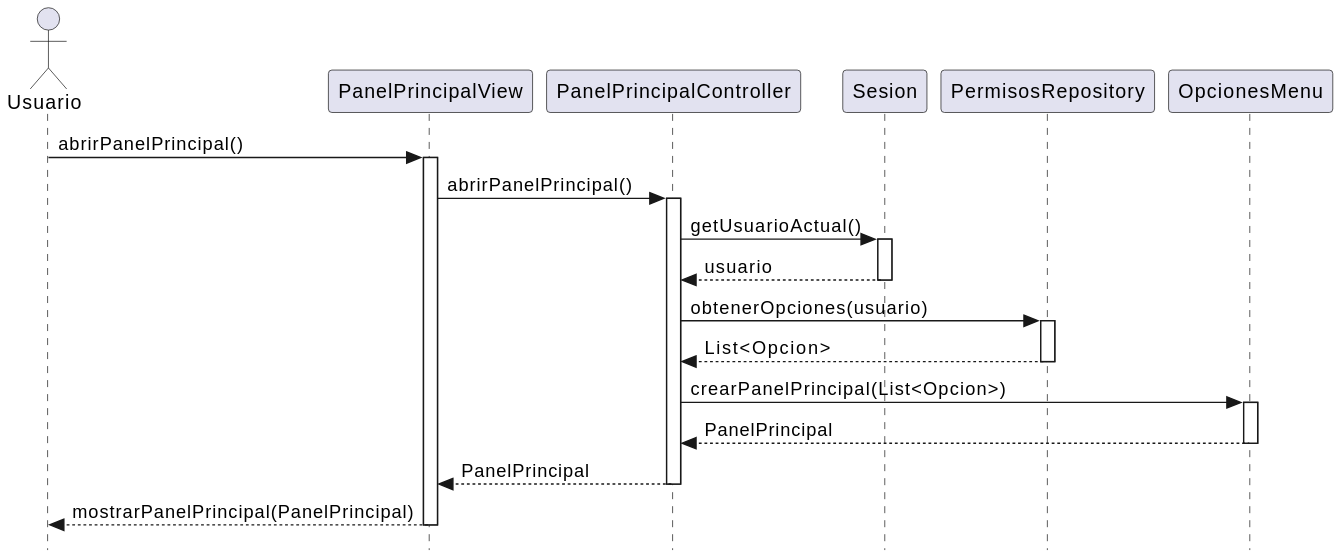
This is RUP/02-diseño/imagenes/abrirPanelPrincipal/abrirPanelPrincipal.svg from manuelmunoz8/25-26-idsw2-sdVC, a PlantUML export, as it was before one commit.
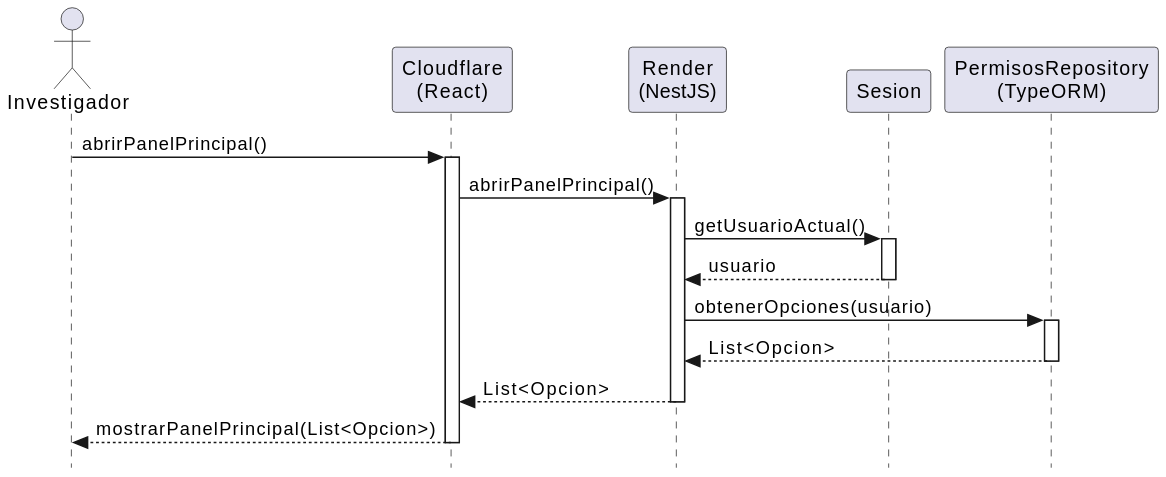
The same file after the commit.

Commit message:
Update SVG diagram for abrirPanelPrincipal

Change to the diagram source:
```diff
@@ -1,31 +1,33 @@
 @startuml
 skinparam style strictuml
+skinparam backgroundColor white
+skinparam shadowing false
 
-actor "Usuario" as user
-participant "PanelPrincipalView" as view
-participant "PanelPrincipalController" as controller
-participant "Sesion" as sesion
-participant "PermisosRepository" as repo
-participant "OpcionesMenu" as menu
+actor Investigador
+participant "Cloudflare\n(React)" as View
+participant "Render\n(NestJS)" as Controller
+participant "Sesion" as Sesion
+participant "PermisosRepository\n(TypeORM)" as Repo
 
-user -> view : abrirPanelPrincipal()
-activate view
-view -> controller : abrirPanelPrincipal()
-activate controller
-controller -> sesion : getUsuarioActual()
-activate sesion
-sesion --> controller : usuario
-deactivate sesion
-controller -> repo : obtenerOpciones(usuario)
-activate repo
-repo --> controller : List<Opcion>
-deactivate repo
-controller -> menu : crearPanelPrincipal(List<Opcion>)
-activate menu
-menu --> controller : PanelPrincipal
-deactivate menu
-controller --> view : PanelPrincipal
-deactivate controller
-view --> user : mostrarPanelPrincipal(PanelPrincipal)
-deactivate view
+Investigador -> View : abrirPanelPrincipal()
+activate View
+
+View -> Controller : abrirPanelPrincipal()
+activate Controller
+
+Controller -> Sesion : getUsuarioActual()
+activate Sesion
+Sesion --> Controller : usuario
+deactivate Sesion
+
+Controller -> Repo : obtenerOpciones(usuario)
+activate Repo
+Repo --> Controller : List<Opcion>
+deactivate Repo
+
+Controller --> View : List<Opcion>
+deactivate Controller
+
+View --> Investigador : mostrarPanelPrincipal(List<Opcion>)
+deactivate View
 @enduml
```
